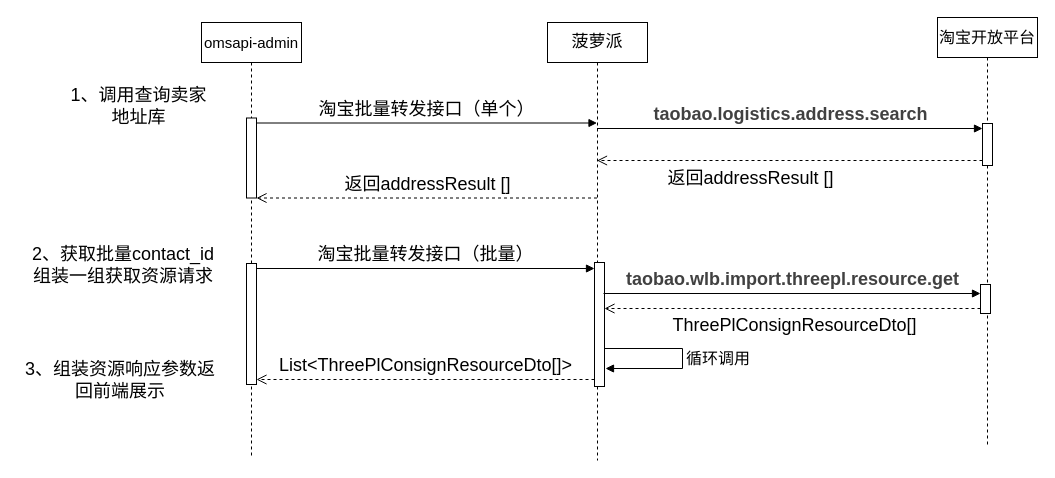
The draw.io diagram 3PL.drawio in ruanjuncong/draw, before the edit. Source tidied: cells renumbered, new cells numbered last; positions are measured from the earlier drawing's top-left corner, leaving out a move shared by most shapes. Both pictures are drawn from the tidied source at 100%, with x=0, y=0 at pixel (17, 17).
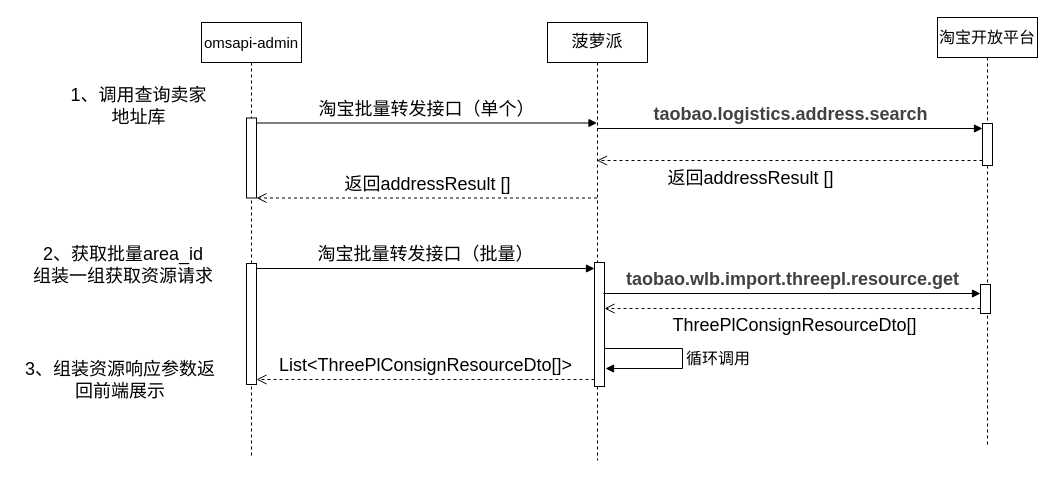
After the change.

Change to the diagram source:
```diff
@@
-    <mxCell id="11" value="&lt;font style=&quot;font-size: 18px;&quot;&gt;2、获取批量contact_id&lt;/font&gt;&lt;div&gt;&lt;font style=&quot;font-size: 18px;&quot;&gt;组装一组获取资源请求&lt;/font&gt;&lt;/div&gt;" style="text;html=1;whiteSpace=wrap;strokeColor=none;fillColor=none;align=center;verticalAlign=middle;rounded=0;" parent="1" vertex="1">
+    <mxCell id="11" value="&lt;font style=&quot;font-size: 18px;&quot;&gt;2、获取批量area_id&lt;/font&gt;&lt;div&gt;&lt;font style=&quot;font-size: 18px;&quot;&gt;组装一组获取资源请求&lt;/font&gt;&lt;/div&gt;" style="text;html=1;whiteSpace=wrap;strokeColor=none;fillColor=none;align=center;verticalAlign=middle;rounded=0;" parent="1" vertex="1">
       <mxGeometry x="3" y="233" width="206" height="30" as="geometry" />
     </mxCell>
```
